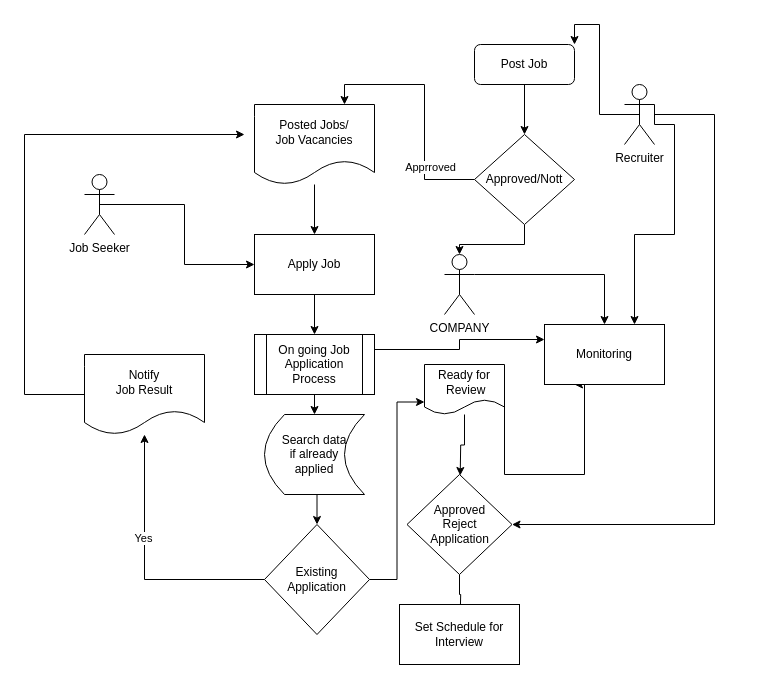
johnjumaritz/Conceptual_Framework-JFS keeps this draw.io diagram as Untitled Diagram.drawio. Above is the earlier version. Source tidied: cells renumbered, new cells numbered last; positions are measured from the earlier drawing's top-left corner, leaving out a move shared by most shapes. Both pictures are drawn from the tidied source at 100%, with x=0, y=0 at pixel (24, 44).
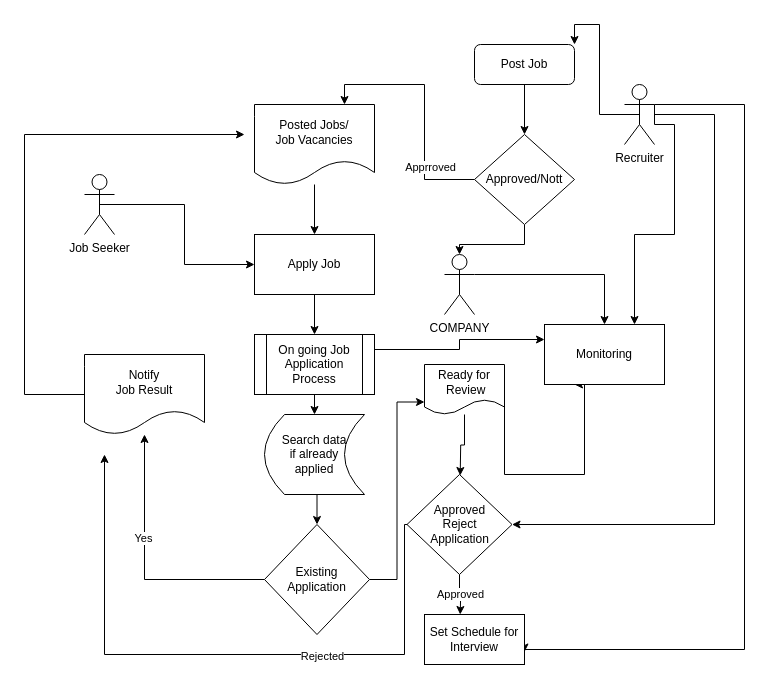
Above is the later version.

The change refers to these unchanged cells:
```xml
<mxCell id="13" value="Recruiter" style="shape=umlActor;verticalLabelPosition=bottom;verticalAlign=top;html=1;outlineConnect=0;" parent="1" vertex="1">
  <mxGeometry x="600" y="40" width="30" height="60" as="geometry" />
</mxCell>
<mxCell id="35" value="Approved&lt;br&gt;Reject&lt;br&gt;Application" style="rhombus;whiteSpace=wrap;html=1;" parent="1" vertex="1">
  <mxGeometry x="382.5" y="430" width="105" height="100" as="geometry" />
</mxCell>
```

Change to the diagram source:
```diff
@@
+    <mxCell id="38" style="edgeStyle=orthogonalEdgeStyle;rounded=0;jettySize=auto;html=1;exitX=1;exitY=0.3333333333333333;exitDx=0;exitDy=0;exitPerimeter=0;entryX=1;entryY=0.75;entryDx=0;entryDy=0;" parent="1" edge="1" source="13" target="37">
+      <mxGeometry relative="1" as="geometry">
+        <Array as="points">
+          <mxPoint x="720" y="60" />
+          <mxPoint x="720" y="605" />
+        </Array>
+      </mxGeometry>
+    </mxCell>
@@
-    <mxCell id="34" style="edgeStyle=orthogonalEdgeStyle;rounded=0;jettySize=auto;html=1;exitX=0.5;exitY=1;exitDx=0;exitDy=0;" parent="1" edge="1" source="35">
+    <mxCell id="34" value="Approved" style="edgeStyle=orthogonalEdgeStyle;rounded=0;jettySize=auto;html=1;exitX=0.5;exitY=1;exitDx=0;exitDy=0;" parent="1" edge="1" source="35">
       <mxGeometry relative="1" as="geometry">
         <mxPoint x="435.7" y="570" as="targetPoint" />
       </mxGeometry>
     </mxCell>
+    <mxCell id="39" style="edgeStyle=orthogonalEdgeStyle;rounded=0;jettySize=auto;html=1;" parent="1" edge="1" source="35">
+      <mxGeometry relative="1" as="geometry">
+        <mxPoint x="80" y="410" as="targetPoint" />
+        <Array as="points">
+          <mxPoint x="380" y="480" />
+          <mxPoint x="380" y="610" />
+          <mxPoint x="80" y="610" />
+        </Array>
+      </mxGeometry>
+    </mxCell>
+    <mxCell id="40" value="Rejected" style="edgeLabel;html=1;align=center;verticalAlign=middle;" parent="39" vertex="1">
+      <mxGeometry x="-0.32" y="1" relative="1" as="geometry" />
+    </mxCell>
@@
     <mxCell id="37" value="Set Schedule for Interview" style="rounded=0;whiteSpace=wrap;html=1;" parent="1" vertex="1">
-      <mxGeometry x="375" y="560" width="120" height="60" as="geometry" />
+      <mxGeometry x="400" y="570" width="100" height="50" as="geometry" />
     </mxCell>
```
